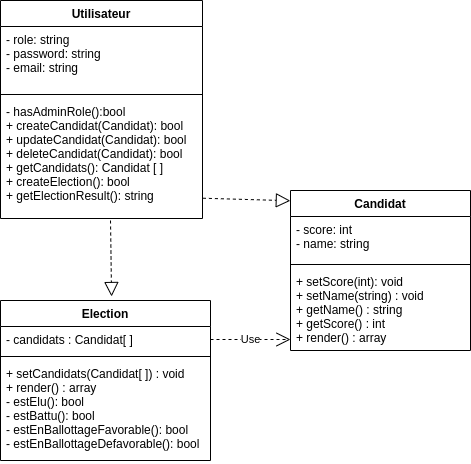
Mampionona33/election keeps this draw.io diagram as app/lib/uml.drawio.png. Above is the earlier version. Source tidied: cells renumbered, new cells last; positions are measured from the earlier drawing's top-left corner, leaving out a move shared by most shapes.
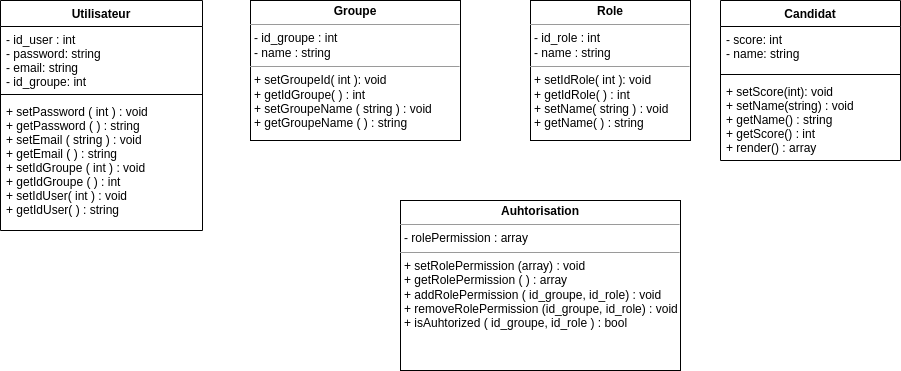
Above is the later version.

Commit message:
create Authorization classe

Change to the diagram source:
```diff
@@ -3,7 +3,7 @@
     <mxCell id="0" />
     <mxCell id="1" parent="0" />
     <mxCell id="2" value="Candidat" style="swimlane;fontStyle=1;align=center;verticalAlign=top;horizontal=1;startSize=26;" parent="1" vertex="1">
-      <mxGeometry x="290" y="190" width="180" height="160" as="geometry" />
+      <mxGeometry x="720" width="180" height="160" as="geometry" />
     </mxCell>
     <mxCell id="3" value="- score: int&#10;- name: string" style="text;strokeColor=none;fillColor=none;align=left;verticalAlign=top;spacingLeft=4;spacingRight=4;overflow=hidden;" parent="2" vertex="1">
       <mxGeometry y="26" width="180" height="44" as="geometry" />
@@ -14,42 +14,26 @@
     <mxCell id="5" value="+ setScore(int): void&#10;+ setName(string) : void&#10;+ getName() : string&#10;+ getScore() : int&#10;+ render() : array" style="text;strokeColor=none;fillColor=none;align=left;verticalAlign=top;spacingLeft=4;spacingRight=4;overflow=hidden;" parent="2" vertex="1">
       <mxGeometry y="78" width="180" height="82" as="geometry" />
     </mxCell>
-    <mxCell id="6" value="Election" style="swimlane;fontStyle=1;align=center;verticalAlign=top;horizontal=1;startSize=26;" parent="1" vertex="1">
-      <mxGeometry y="300" width="210" height="160" as="geometry" />
-    </mxCell>
-    <mxCell id="7" value="- candidats : Candidat[ ]" style="text;strokeColor=none;fillColor=none;align=left;verticalAlign=top;spacingLeft=4;spacingRight=4;overflow=hidden;points=[[0,0.5],[1,0.5]];portConstraint=eastwest;" parent="6" vertex="1">
-      <mxGeometry y="26" width="210" height="26" as="geometry" />
-    </mxCell>
-    <mxCell id="8" style="line;strokeWidth=1;fillColor=none;align=left;verticalAlign=middle;spacingTop=-1;spacingLeft=3;spacingRight=3;labelPosition=right;strokeColor=inherit;" parent="6" vertex="1">
-      <mxGeometry y="52" width="210" height="8" as="geometry" />
-    </mxCell>
-    <mxCell id="9" value="+ setCandidats(Candidat[ ]) : void&#10;+ render() : array&#10;- estElu(): bool&#10;- estBattu(): bool&#10;- estEnBallottageFavorable(): bool&#10;- estEnBallottageDefavorable(): bool " style="text;strokeColor=none;fillColor=none;align=left;verticalAlign=top;spacingLeft=4;spacingRight=4;overflow=hidden;" parent="6" vertex="1">
-      <mxGeometry y="60" width="210" height="100" as="geometry" />
-    </mxCell>
     <mxCell id="10" value="Utilisateur" style="swimlane;fontStyle=1;align=center;verticalAlign=top;horizontal=1;startSize=26;" parent="1" vertex="1">
-      <mxGeometry width="202" height="218" as="geometry" />
+      <mxGeometry width="202" height="230" as="geometry" />
     </mxCell>
-    <mxCell id="11" value="- role: string&#10;- password: string&#10;- email: string" style="text;strokeColor=none;fillColor=none;align=left;verticalAlign=top;spacingLeft=4;spacingRight=4;overflow=hidden;" parent="10" vertex="1">
+    <mxCell id="11" value="- id_user : int&#10;- password: string&#10;- email: string&#10;- id_groupe: int" style="text;strokeColor=none;fillColor=none;align=left;verticalAlign=top;spacingLeft=4;spacingRight=4;overflow=hidden;" parent="10" vertex="1">
       <mxGeometry y="26" width="202" height="64" as="geometry" />
     </mxCell>
     <mxCell id="12" style="line;strokeWidth=1;fillColor=none;align=left;verticalAlign=middle;spacingTop=-1;spacingLeft=3;spacingRight=3;labelPosition=right;strokeColor=inherit;" parent="10" vertex="1">
       <mxGeometry y="90" width="202" height="8" as="geometry" />
     </mxCell>
-    <mxCell id="13" value="- hasAdminRole():bool&#10;+ createCandidat(Candidat): bool&#10;+ updateCandidat(Candidat): bool&#10;+ deleteCandidat(Candidat): bool&#10;+ getCandidats(): Candidat [ ]&#10;+ createElection(): bool&#10;+ getElectionResult(): string" style="text;strokeColor=none;fillColor=none;align=left;verticalAlign=top;spacingLeft=4;spacingRight=4;overflow=hidden;points=[[0,0.5],[1,0.5]];portConstraint=eastwest;" parent="10" vertex="1">
-      <mxGeometry y="98" width="202" height="120" as="geometry" />
+    <mxCell id="13" value="+ setPassword ( int ) : void&#10;+ getPassword ( ) : string&#10;+ setEmail ( string ) : void&#10;+ getEmail ( ) : string&#10;+ setIdGroupe ( int ) : void&#10;+ getIdGroupe ( ) : int&#10;+ setIdUser( int ) : void&#10;+ getIdUser( ) : string" style="text;strokeColor=none;fillColor=none;align=left;verticalAlign=top;spacingLeft=4;spacingRight=4;overflow=hidden;points=[[0,0.5],[1,0.5]];portConstraint=eastwest;" parent="10" vertex="1">
+      <mxGeometry y="98" width="202" height="132" as="geometry" />
     </mxCell>
-    <mxCell id="14" value="Use" style="endArrow=open;endSize=12;dashed=1;html=1;exitX=1;exitY=0.5;exitDx=0;exitDy=0;" parent="1" edge="1" source="7">
-      <mxGeometry relative="1" as="geometry">
-        <mxPoint x="290" y="339" as="targetPoint" />
-      </mxGeometry>
-    </mxCell>
-    <mxCell id="15" style="endArrow=block;dashed=1;endFill=0;endSize=12;html=1;exitX=1.002;exitY=0.831;exitDx=0;exitDy=0;exitPerimeter=0;entryX=-0.001;entryY=0.064;entryDx=0;entryDy=0;entryPerimeter=0;" parent="1" edge="1" source="13" target="2">
-      <mxGeometry relative="1" as="geometry" />
-    </mxCell>
-    <mxCell id="16" style="endArrow=block;dashed=1;endFill=0;endSize=12;html=1;entryX=0.529;entryY=-0.025;entryDx=0;entryDy=0;entryPerimeter=0;" parent="1" edge="1" target="6">
-      <mxGeometry relative="1" as="geometry">
-        <mxPoint x="110" y="220" as="sourcePoint" />
-      </mxGeometry>
-    </mxCell>
+    <mxCell id="17" value="&lt;p style=&quot;margin:0px;margin-top:4px;text-align:center;&quot;&gt;&lt;b&gt;Groupe&lt;/b&gt;&lt;/p&gt;&lt;hr size=&quot;1&quot;&gt;&lt;p style=&quot;margin:0px;margin-left:4px;&quot;&gt;- id_groupe : int&lt;/p&gt;&lt;p style=&quot;margin:0px;margin-left:4px;&quot;&gt;- name : string&lt;/p&gt;&lt;hr size=&quot;1&quot;&gt;&lt;p style=&quot;margin:0px;margin-left:4px;&quot;&gt;+ setGroupeId( int ): void&lt;/p&gt;&lt;p style=&quot;margin:0px;margin-left:4px;&quot;&gt;+ getIdGroupe( ) : int&lt;/p&gt;&lt;p style=&quot;margin:0px;margin-left:4px;&quot;&gt;+ setGroupeName ( string ) : void&lt;/p&gt;&lt;p style=&quot;margin:0px;margin-left:4px;&quot;&gt;+ getGroupeName ( ) : string&lt;/p&gt;" style="verticalAlign=top;align=left;overflow=fill;fontSize=12;fontFamily=Helvetica;html=1;" parent="1" vertex="1">
+      <mxGeometry x="250" width="210" height="140" as="geometry" />
+    </mxCell>
+    <mxCell id="18" value="&lt;p style=&quot;margin:0px;margin-top:4px;text-align:center;&quot;&gt;&lt;b&gt;Role&lt;/b&gt;&lt;/p&gt;&lt;hr size=&quot;1&quot;&gt;&lt;p style=&quot;margin:0px;margin-left:4px;&quot;&gt;- id_role : int&lt;/p&gt;&lt;p style=&quot;margin:0px;margin-left:4px;&quot;&gt;- name : string&lt;/p&gt;&lt;hr size=&quot;1&quot;&gt;&lt;p style=&quot;margin:0px;margin-left:4px;&quot;&gt;+ setIdRole( int ): void&lt;/p&gt;&lt;p style=&quot;margin:0px;margin-left:4px;&quot;&gt;+ getIdRole( ) : int&lt;/p&gt;&lt;p style=&quot;margin:0px;margin-left:4px;&quot;&gt;+ setName( string ) : void&lt;/p&gt;&lt;p style=&quot;margin:0px;margin-left:4px;&quot;&gt;+ getName( ) : string&lt;/p&gt;" style="verticalAlign=top;align=left;overflow=fill;fontSize=12;fontFamily=Helvetica;html=1;" parent="1" vertex="1">
+      <mxGeometry x="530" width="160" height="140" as="geometry" />
+    </mxCell>
+    <mxCell id="19" value="&lt;p style=&quot;margin:0px;margin-top:4px;text-align:center;&quot;&gt;&lt;b&gt;Auhtorisation&lt;/b&gt;&lt;/p&gt;&lt;hr size=&quot;1&quot;&gt;&lt;p style=&quot;margin:0px;margin-left:4px;&quot;&gt;- rolePermission : array&lt;/p&gt;&lt;hr size=&quot;1&quot;&gt;&lt;p style=&quot;margin:0px;margin-left:4px;&quot;&gt;+ setRolePermission (array) : void&lt;/p&gt;&lt;p style=&quot;margin:0px;margin-left:4px;&quot;&gt;+ getRolePermission ( ) : array&lt;/p&gt;&lt;p style=&quot;margin:0px;margin-left:4px;&quot;&gt;+ addRolePermission ( id_groupe, id_role) : void&lt;/p&gt;&lt;p style=&quot;margin:0px;margin-left:4px;&quot;&gt;+ removeRolePermission (id_groupe, id_role) : void&lt;/p&gt;&lt;p style=&quot;margin:0px;margin-left:4px;&quot;&gt;+ isAuhtorized ( id_groupe, id_role ) : bool&lt;/p&gt;" style="verticalAlign=top;align=left;overflow=fill;fontSize=12;fontFamily=Helvetica;html=1;" parent="1" vertex="1">
+      <mxGeometry x="400" y="200" width="280" height="170" as="geometry" />
+    </mxCell>
   </root>
 </mxGraphModel>
```
